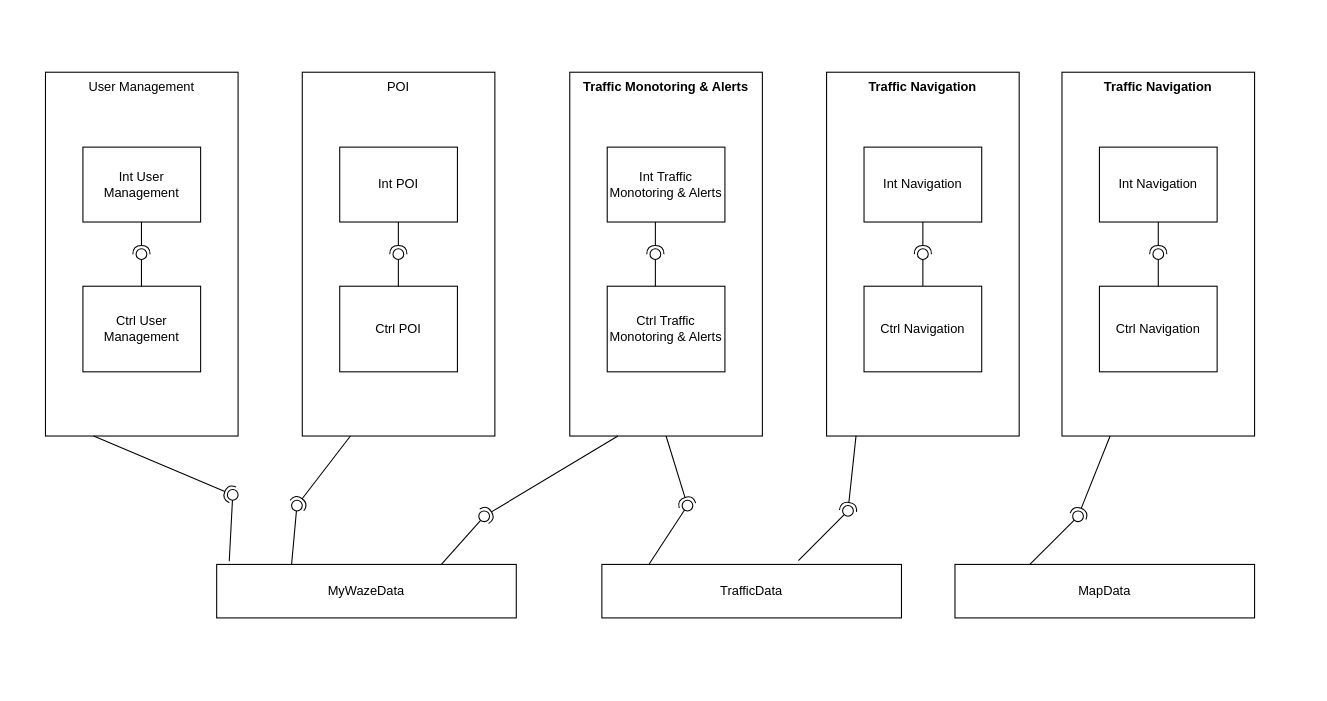
Above: Diagrams/DevelopmentIBD_Diagram.drawio in luislamy/msp (draw.io), before the change. Source tidied: cells renumbered, new cells numbered last; positions are measured from the earlier drawing's top-left corner, leaving out a move shared by most shapes. Both pictures are drawn from the tidied source at 107%, with x=0, y=0 at pixel (45, 72).
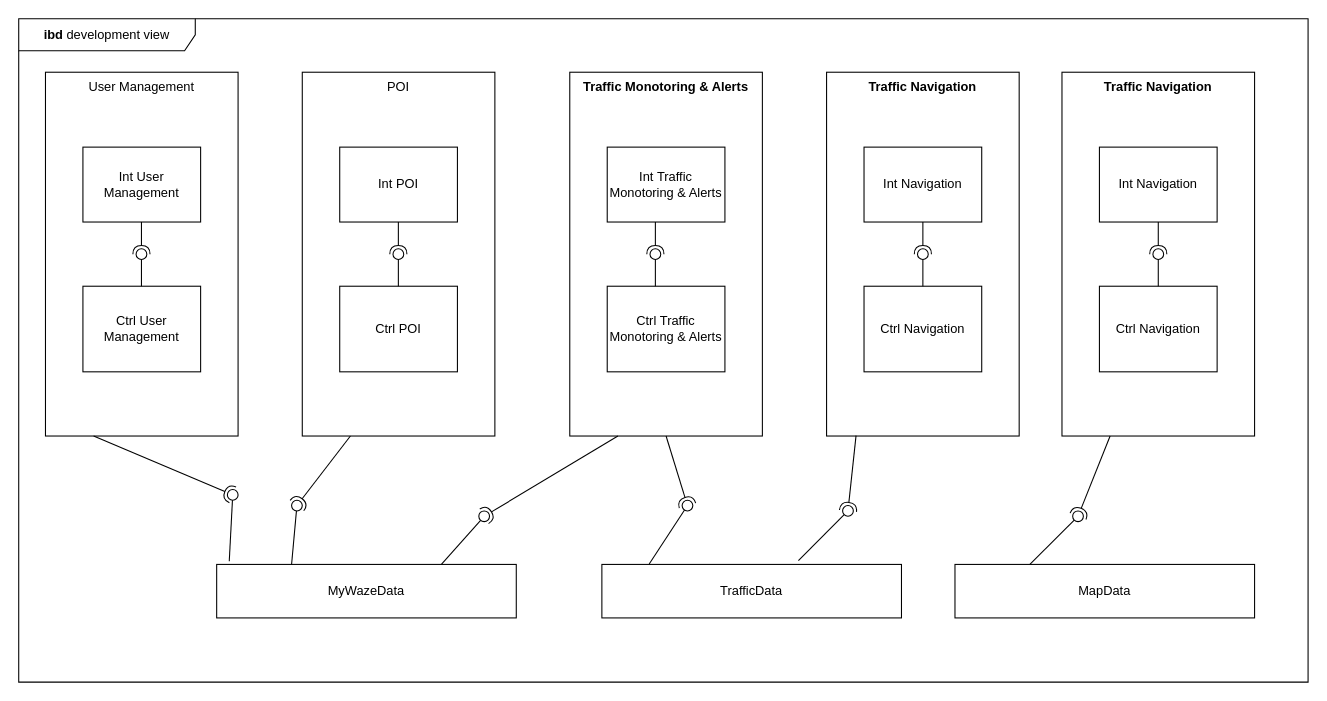
The same page after the edit.

Change to the diagram source:
```diff
@@
+    <mxCell id="60" value="&lt;b&gt;ibd &lt;/b&gt;development view" style="shape=umlFrame;whiteSpace=wrap;html=1;width=165;height=30;" parent="1" vertex="1">
+      <mxGeometry x="-25" y="-50" width="1205" height="620" as="geometry" />
+    </mxCell>
```
